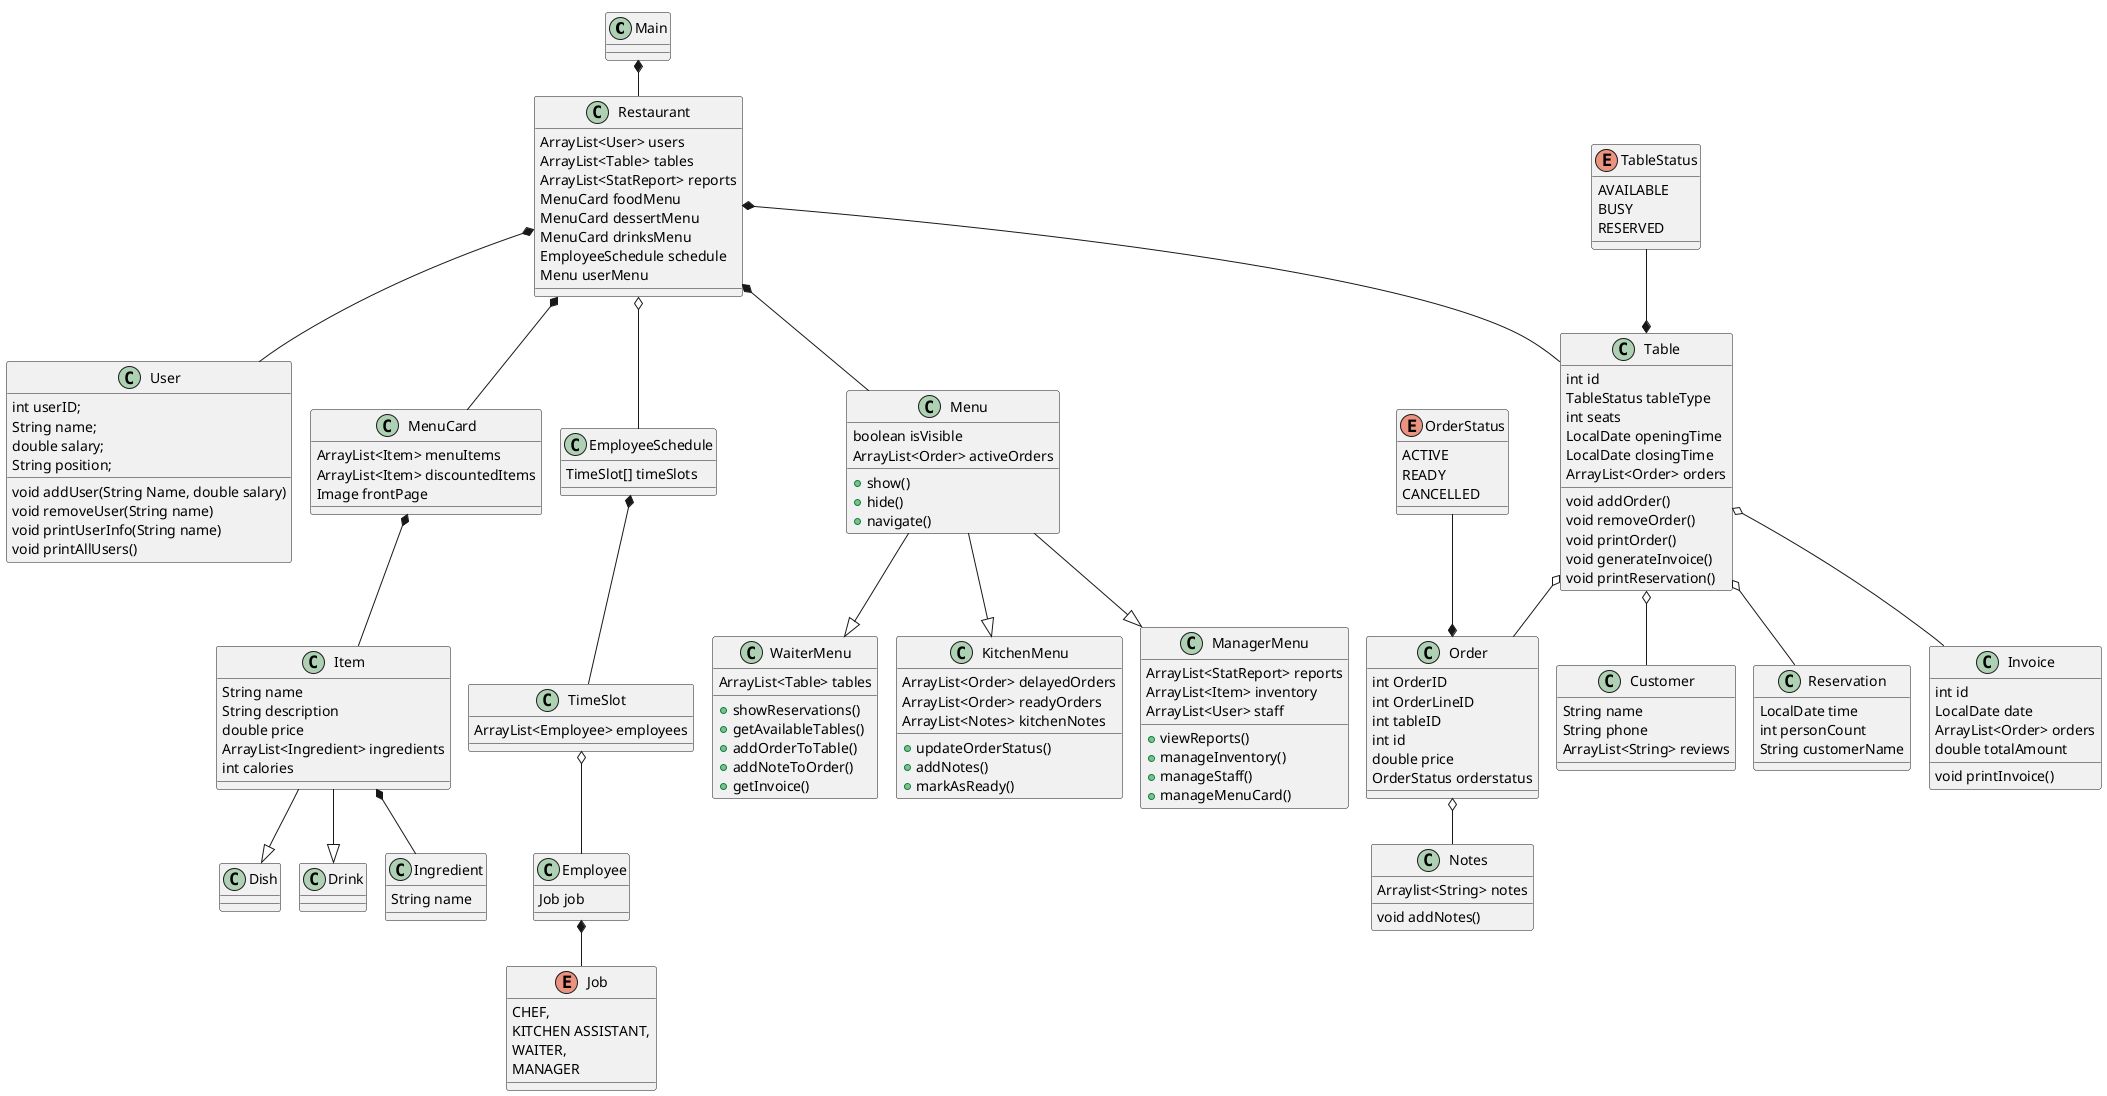
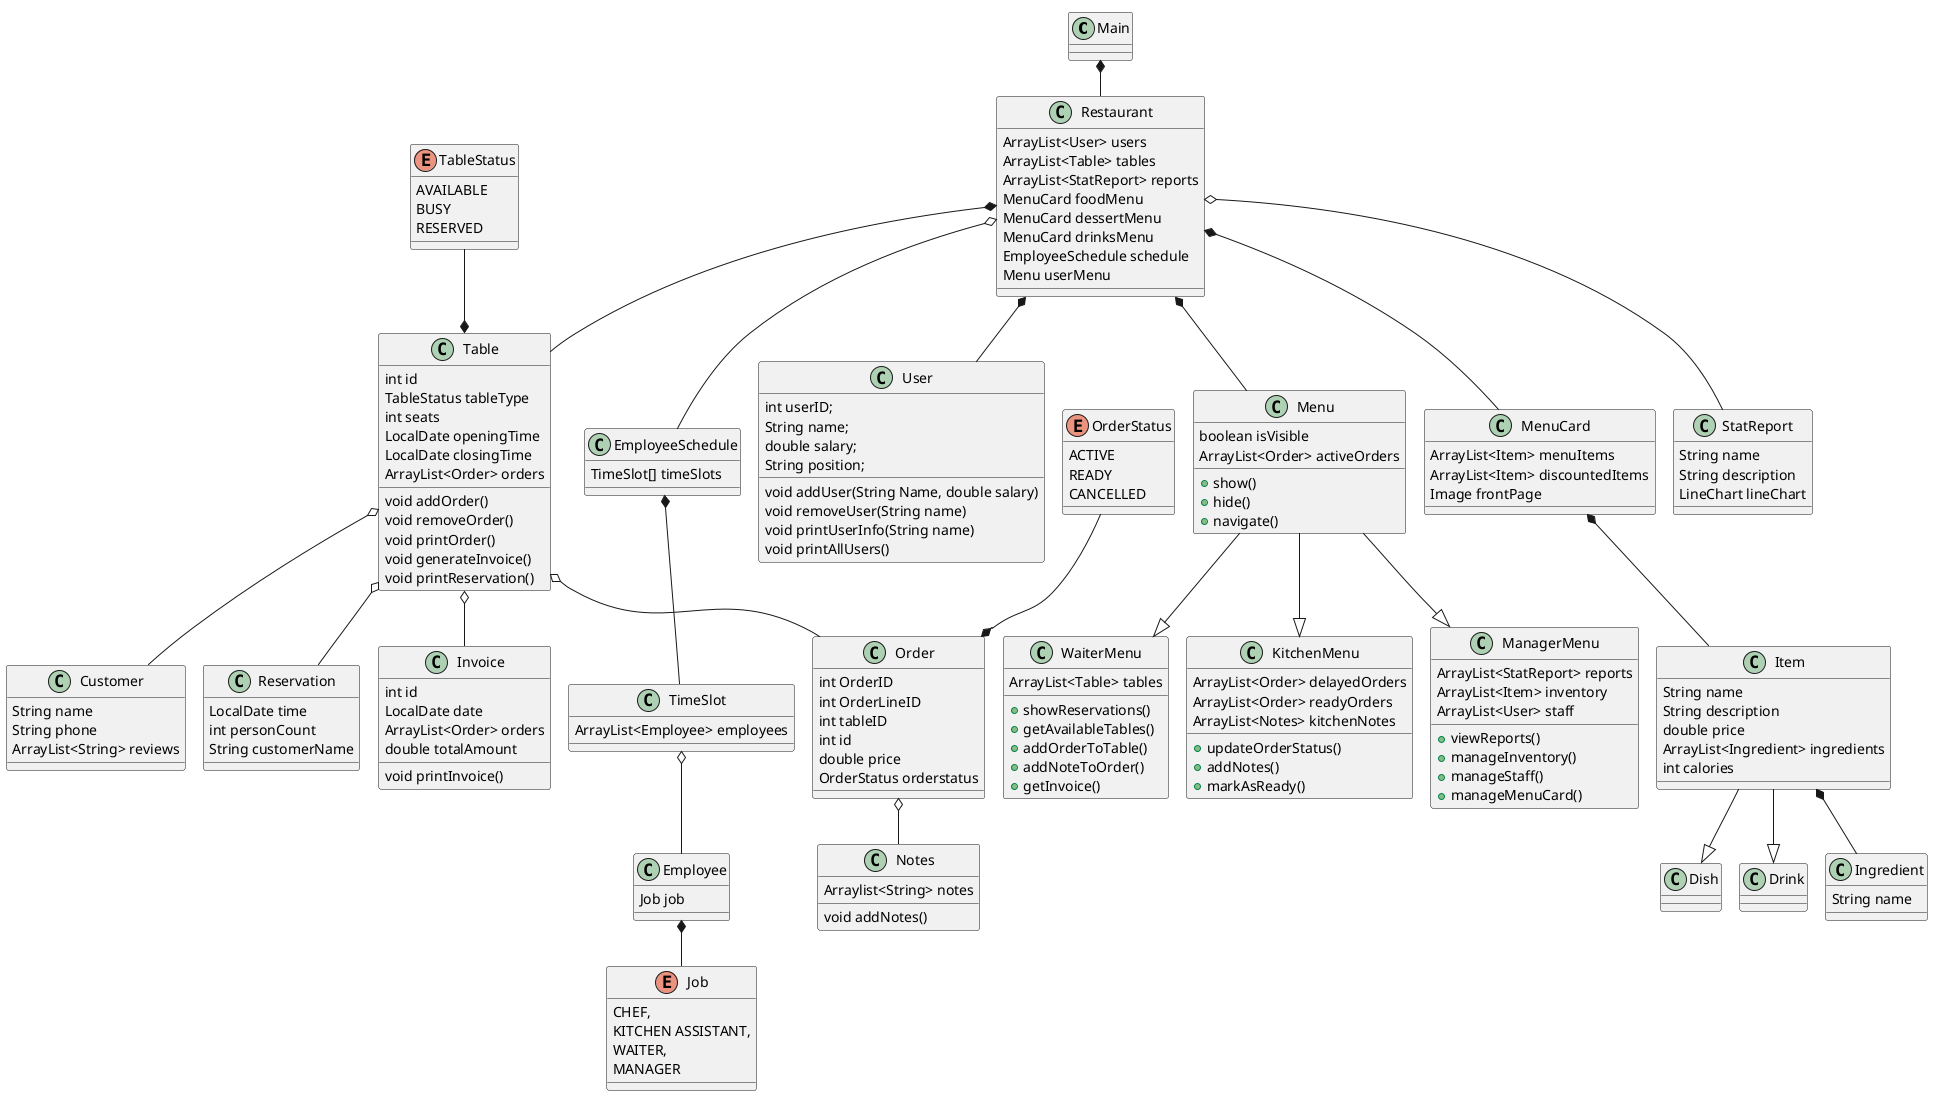
-  @startuml
+ @startuml
!pragma layout smetana

' Del 1
class Main {

}
class Restaurant {
ArrayList<User> users
ArrayList<Table> tables
ArrayList<StatReport> reports
MenuCard foodMenu
MenuCard dessertMenu
MenuCard drinksMenu
EmployeeSchedule schedule
Menu userMenu

}
class User {
int userID;
String name;
double salary;
String position;

void addUser(String Name, double salary)
void removeUser(String name)
void printUserInfo(String name)
void printAllUsers()



}

' Del 2
class Menu{
    boolean isVisible
    ArrayList<Order> activeOrders
    + show()
    + hide()
    + navigate()
}

class KitchenMenu{
    ArrayList<Order> delayedOrders
    ArrayList<Order> readyOrders
    ArrayList<Notes> kitchenNotes
    + updateOrderStatus()
    + addNotes()
    + markAsReady()
}

class ManagerMenu {
    ArrayList<StatReport> reports
    ArrayList<Item> inventory
    ArrayList<User> staff
    + viewReports()
    + manageInventory()
    + manageStaff()
    + manageMenuCard()
}
class WaiterMenu {
    ArrayList<Table> tables
    + showReservations()
    + getAvailableTables()
    + addOrderToTable()
    + addNoteToOrder()
    + getInvoice()

}

' Del 3
class Table {
    int id
    TableStatus tableType
    int seats
    LocalDate openingTime
    LocalDate closingTime
    ArrayList<Order> orders

    void addOrder()
    void removeOrder()
    void printOrder()
    void generateInvoice()
    void printReservation()
}
enum TableStatus {
    AVAILABLE
    BUSY
    RESERVED
}
class Customer {
    String name
    String phone
    ArrayList<String> reviews
}
class Reservation {
    LocalDate time
    int personCount
    String customerName
}

class Order {
    int OrderID
    int OrderLineID
    int tableID
    int id
    double price
    OrderStatus orderstatus

}

enum OrderStatus{
    ACTIVE
    READY
    CANCELLED
}

class Notes {
    Arraylist<String> notes
    void addNotes()
}
class Invoice {
    int id
    LocalDate date
    ArrayList<Order> orders
    double totalAmount
    void printInvoice()
}

' Del 4
class MenuCard {
    ArrayList<Item> menuItems
    ArrayList<Item> discountedItems
    Image frontPage
}
class Item {
    String name
    String description
    double price
    ArrayList<Ingredient> ingredients
    int calories
}
class Dish
class Drink
class Ingredient {
    String name
}
+ class StatReport {
+     String name
+     String description
+     LineChart lineChart
+ }
class EmployeeSchedule {
    TimeSlot[] timeSlots
}

class TimeSlot {
    ArrayList<Employee> employees
}

class Employee {
    Job job
}

enum Job {
    CHEF,
    KITCHEN ASSISTANT,
    WAITER,
    MANAGER
}
Main *-- Restaurant
Restaurant *-- User
Restaurant *-- Menu
Menu --|> KitchenMenu
Menu --|> ManagerMenu
Menu --|> WaiterMenu
Restaurant *-- MenuCard
Restaurant *-- Table
TableStatus --* Table
Table o-- Order
Order o-- Notes
OrderStatus --* Order
Table o-- Customer
Table o-- Invoice
Table o-- Reservation
+ Restaurant o-- StatReport
Restaurant o-- EmployeeSchedule
EmployeeSchedule *-- TimeSlot
TimeSlot o-- Employee
Employee *-- Job
MenuCard *-- Item
Item --|> Dish
Item --|> Drink
Item *-- Ingredient

@enduml